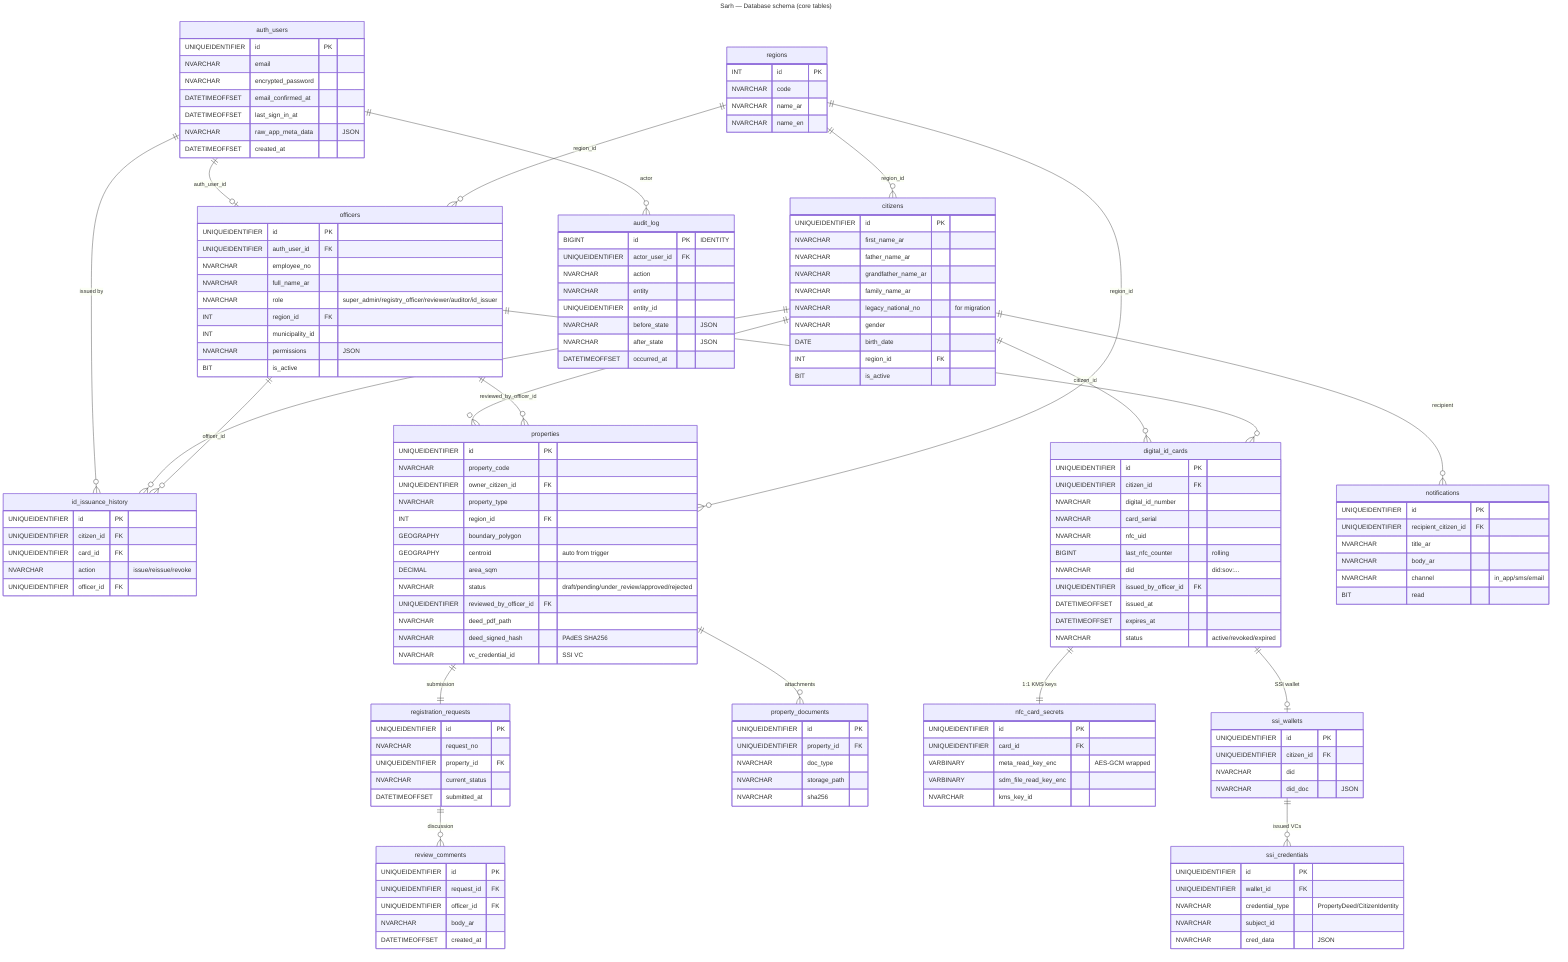
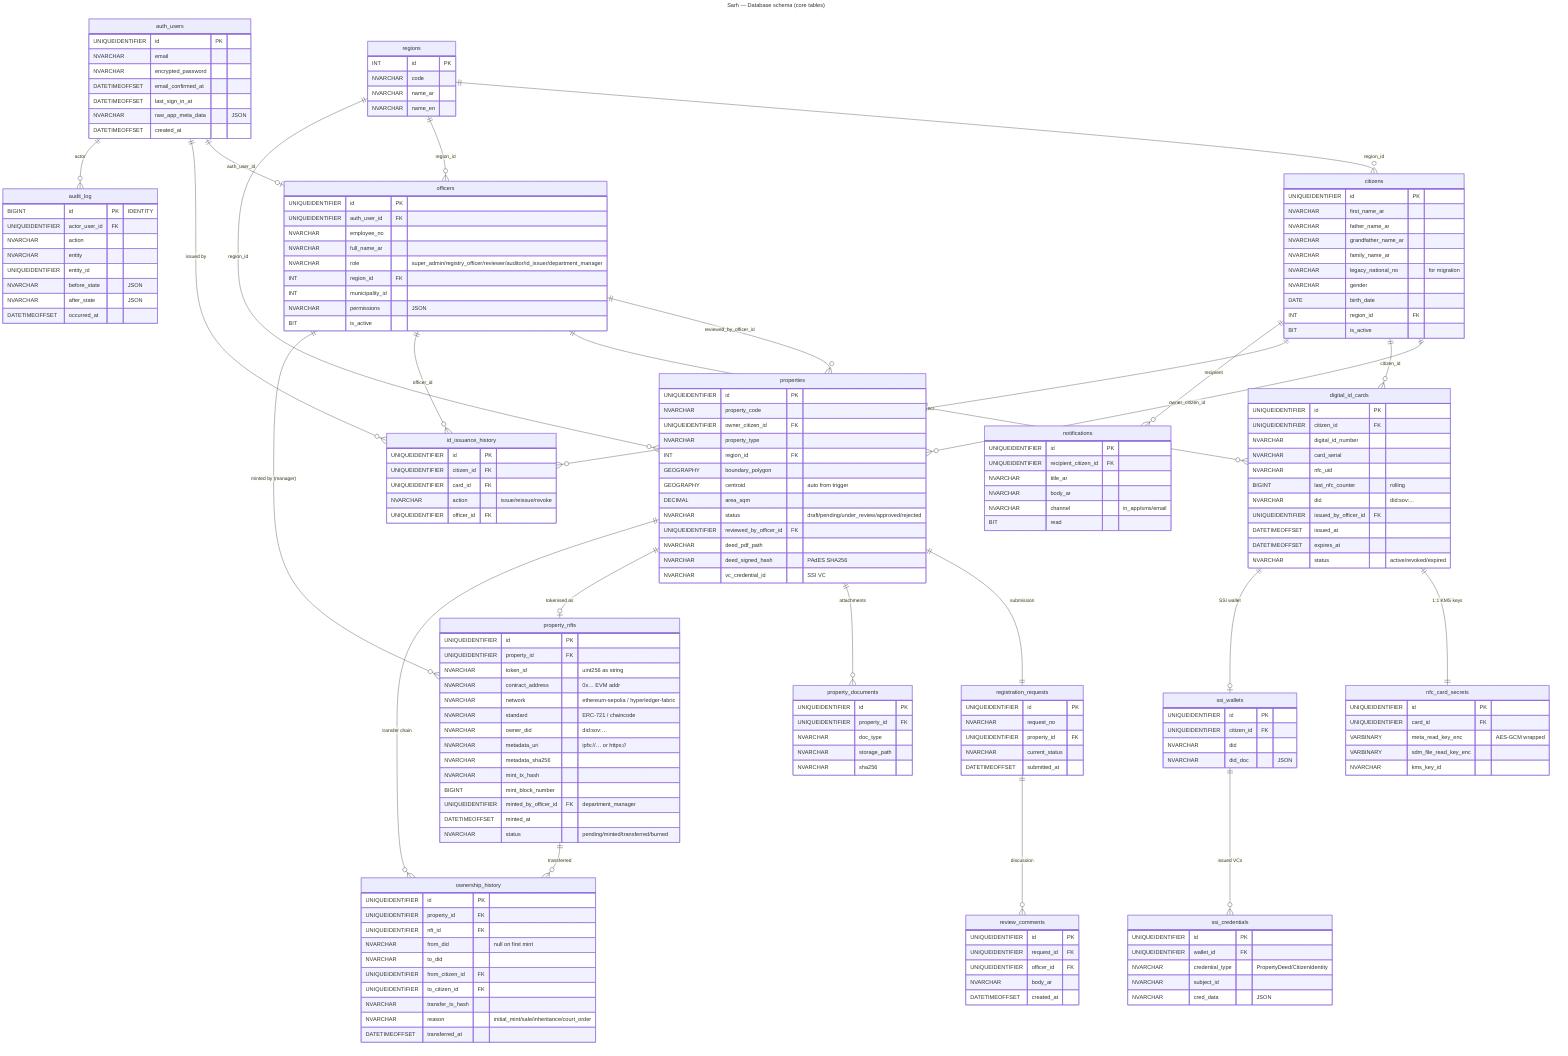
---
title: Sarh — Database schema (core tables)
---
erDiagram
    auth_users ||--o| officers : "auth_user_id"
    auth_users ||--o{ id_issuance_history : "issued by"
    citizens   ||--o{ properties : "owner_citizen_id"
    citizens   ||--o{ digital_id_cards : "citizen_id"
    citizens   ||--o{ id_issuance_history : "subject"
    officers   ||--o{ properties : "reviewed_by_officer_id"
    officers   ||--o{ digital_id_cards : "issued_by_officer_id"
    officers   ||--o{ id_issuance_history : "officer_id"
    regions    ||--o{ citizens : "region_id"
    regions    ||--o{ officers : "region_id"
    regions    ||--o{ properties : "region_id"
    properties ||--|| registration_requests : "submission"
    properties ||--o{ property_documents : "attachments"
    registration_requests ||--o{ review_comments : "discussion"
    digital_id_cards ||--|| nfc_card_secrets : "1:1 KMS keys"
    digital_id_cards ||--o| ssi_wallets : "SSI wallet"
    ssi_wallets ||--o{ ssi_credentials : "issued VCs"
    citizens   ||--o{ notifications : "recipient"
    auth_users ||--o{ audit_log : "actor"
+     properties ||--o| property_nfts : "tokenised as"
+     properties ||--o{ ownership_history : "transfer chain"
+     property_nfts ||--o{ ownership_history : "transferred"
+     officers   ||--o{ property_nfts : "minted by (manager)"

    auth_users {
        UNIQUEIDENTIFIER id PK
        NVARCHAR email
        NVARCHAR encrypted_password
        DATETIMEOFFSET email_confirmed_at
        DATETIMEOFFSET last_sign_in_at
        NVARCHAR raw_app_meta_data "JSON"
        DATETIMEOFFSET created_at
    }

    officers {
        UNIQUEIDENTIFIER id PK
        UNIQUEIDENTIFIER auth_user_id FK
        NVARCHAR employee_no
        NVARCHAR full_name_ar
-         NVARCHAR role "super_admin/registry_officer/reviewer/auditor/id_issuer"
+         NVARCHAR role "super_admin/registry_officer/reviewer/auditor/id_issuer/department_manager"
        INT region_id FK
        INT municipality_id
        NVARCHAR permissions "JSON"
        BIT is_active
    }

    citizens {
        UNIQUEIDENTIFIER id PK
        NVARCHAR first_name_ar
        NVARCHAR father_name_ar
        NVARCHAR grandfather_name_ar
        NVARCHAR family_name_ar
        NVARCHAR legacy_national_no "for migration"
        NVARCHAR gender
        DATE birth_date
        INT region_id FK
        BIT is_active
    }

    properties {
        UNIQUEIDENTIFIER id PK
        NVARCHAR property_code
        UNIQUEIDENTIFIER owner_citizen_id FK
        NVARCHAR property_type
        INT region_id FK
        GEOGRAPHY boundary_polygon
        GEOGRAPHY centroid "auto from trigger"
        DECIMAL area_sqm
        NVARCHAR status "draft/pending/under_review/approved/rejected"
        UNIQUEIDENTIFIER reviewed_by_officer_id FK
        NVARCHAR deed_pdf_path
        NVARCHAR deed_signed_hash "PAdES SHA256"
        NVARCHAR vc_credential_id "SSI VC"
    }

    registration_requests {
        UNIQUEIDENTIFIER id PK
        NVARCHAR request_no
        UNIQUEIDENTIFIER property_id FK
        NVARCHAR current_status
        DATETIMEOFFSET submitted_at
    }

    review_comments {
        UNIQUEIDENTIFIER id PK
        UNIQUEIDENTIFIER request_id FK
        UNIQUEIDENTIFIER officer_id FK
        NVARCHAR body_ar
        DATETIMEOFFSET created_at
    }

    property_documents {
        UNIQUEIDENTIFIER id PK
        UNIQUEIDENTIFIER property_id FK
        NVARCHAR doc_type
        NVARCHAR storage_path
        NVARCHAR sha256
    }

    digital_id_cards {
        UNIQUEIDENTIFIER id PK
        UNIQUEIDENTIFIER citizen_id FK
        NVARCHAR digital_id_number
        NVARCHAR card_serial
        NVARCHAR nfc_uid
        BIGINT last_nfc_counter "rolling"
        NVARCHAR did "did:sov:..."
        UNIQUEIDENTIFIER issued_by_officer_id FK
        DATETIMEOFFSET issued_at
        DATETIMEOFFSET expires_at
        NVARCHAR status "active/revoked/expired"
    }

    nfc_card_secrets {
        UNIQUEIDENTIFIER id PK
        UNIQUEIDENTIFIER card_id FK
        VARBINARY meta_read_key_enc "AES-GCM wrapped"
        VARBINARY sdm_file_read_key_enc
        NVARCHAR kms_key_id
    }

    id_issuance_history {
        UNIQUEIDENTIFIER id PK
        UNIQUEIDENTIFIER citizen_id FK
        UNIQUEIDENTIFIER card_id FK
        NVARCHAR action "issue/reissue/revoke"
        UNIQUEIDENTIFIER officer_id FK
    }

    ssi_wallets {
        UNIQUEIDENTIFIER id PK
        UNIQUEIDENTIFIER citizen_id FK
        NVARCHAR did
        NVARCHAR did_doc "JSON"
    }

    ssi_credentials {
        UNIQUEIDENTIFIER id PK
        UNIQUEIDENTIFIER wallet_id FK
        NVARCHAR credential_type "PropertyDeed/CitizenIdentity"
        NVARCHAR subject_id
        NVARCHAR cred_data "JSON"
    }

    notifications {
        UNIQUEIDENTIFIER id PK
        UNIQUEIDENTIFIER recipient_citizen_id FK
        NVARCHAR title_ar
        NVARCHAR body_ar
        NVARCHAR channel "in_app/sms/email"
        BIT read
    }

    audit_log {
        BIGINT id PK "IDENTITY"
        UNIQUEIDENTIFIER actor_user_id FK
        NVARCHAR action
        NVARCHAR entity
        UNIQUEIDENTIFIER entity_id
        NVARCHAR before_state "JSON"
        NVARCHAR after_state "JSON"
        DATETIMEOFFSET occurred_at
    }

    regions {
        INT id PK
        NVARCHAR code
        NVARCHAR name_ar
        NVARCHAR name_en
    }
+ 
+     property_nfts {
+         UNIQUEIDENTIFIER id PK
+         UNIQUEIDENTIFIER property_id FK
+         NVARCHAR token_id "uint256 as string"
+         NVARCHAR contract_address "0x… EVM addr"
+         NVARCHAR network "ethereum-sepolia / hyperledger-fabric"
+         NVARCHAR standard "ERC-721 / chaincode"
+         NVARCHAR owner_did "did:sov:…"
+         NVARCHAR metadata_uri "ipfs://… or https://"
+         NVARCHAR metadata_sha256
+         NVARCHAR mint_tx_hash
+         BIGINT mint_block_number
+         UNIQUEIDENTIFIER minted_by_officer_id FK "department_manager"
+         DATETIMEOFFSET minted_at
+         NVARCHAR status "pending/minted/transferred/burned"
+     }
+ 
+     ownership_history {
+         UNIQUEIDENTIFIER id PK
+         UNIQUEIDENTIFIER property_id FK
+         UNIQUEIDENTIFIER nft_id FK
+         NVARCHAR from_did "null on first mint"
+         NVARCHAR to_did
+         UNIQUEIDENTIFIER from_citizen_id FK
+         UNIQUEIDENTIFIER to_citizen_id FK
+         NVARCHAR transfer_tx_hash
+         NVARCHAR reason "initial_mint/sale/inheritance/court_order"
+         DATETIMEOFFSET transferred_at
+     }
